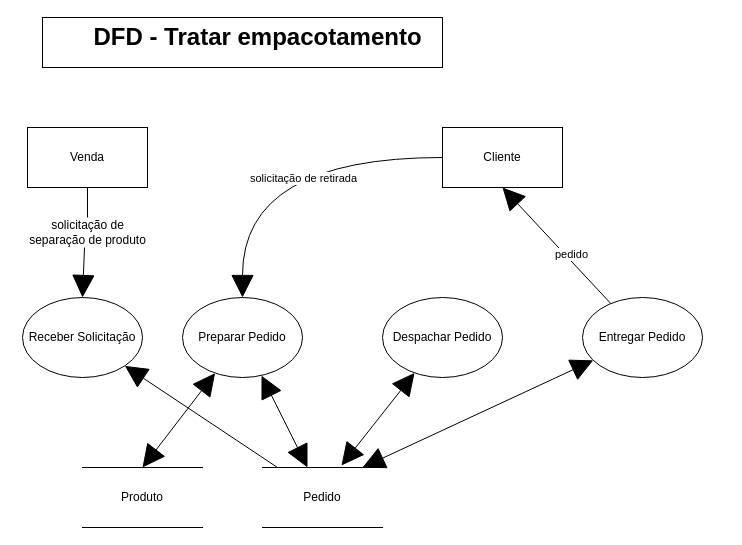
Systematicos/FindingApp keeps this draw.io diagram as Documentation/Arquivos Editaveis/DFD Tratar Empacotamento.drawio. Above is the earlier version. Source tidied: cells renumbered, new cells numbered last; positions are measured from the earlier drawing's top-left corner, leaving out a move shared by most shapes. Both pictures are drawn from the tidied source at 100%, with x=0, y=0 at pixel (22, 17).
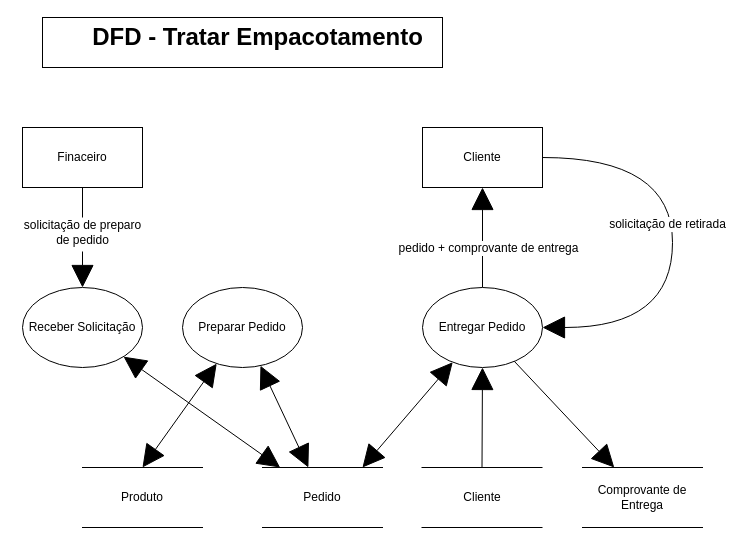
The same page after the edit.

The change refers to these unchanged cells:
```xml
<mxCell id="6" value="Pedido" style="shape=partialRectangle;whiteSpace=wrap;html=1;left=0;right=0;fillColor=none;" parent="1" vertex="1">
  <mxGeometry x="240" y="450" width="120" height="60" as="geometry" />
</mxCell>
<mxCell id="9" style="edgeStyle=none;rounded=0;jettySize=auto;html=1;entryX=0.5;entryY=1;entryDx=0;entryDy=0;startArrow=none;startFill=0;startSize=20;endArrow=block;endFill=1;endSize=20;strokeColor=#000000;" parent="1" edge="1" source="12" target="15">
  <mxGeometry relative="1" as="geometry" />
</mxCell>
```

What changed in the source:
```diff
@@
     <mxCell id="4" value="Preparar Pedido" style="ellipse;whiteSpace=wrap;html=1;" parent="1" vertex="1">
-      <mxGeometry x="160" y="280" width="120" height="80" as="geometry" />
+      <mxGeometry x="160" y="270" width="120" height="80" as="geometry" />
     </mxCell>
@@
-    <mxCell id="7" style="rounded=0;jettySize=auto;html=1;entryX=0.658;entryY=-0.033;entryDx=0;entryDy=0;entryPerimeter=0;startArrow=block;startFill=1;startSize=20;endArrow=block;endFill=1;endSize=20;strokeColor=#000000;" parent="1" edge="1" source="8" target="6">
-      <mxGeometry relative="1" as="geometry" />
-    </mxCell>
-    <mxCell id="8" value="Despachar Pedido" style="ellipse;whiteSpace=wrap;html=1;" parent="1" vertex="1">
-      <mxGeometry x="360" y="280" width="120" height="80" as="geometry" />
-    </mxCell>
@@
-    <mxCell id="10" value="pedido" style="edgeLabel;html=1;align=center;verticalAlign=middle;" parent="9" vertex="1">
+    <mxCell id="10" value="&lt;font style=&quot;font-size: 12px&quot;&gt;pedido + comprovante de entrega&lt;/font&gt;" style="edgeLabel;html=1;align=center;verticalAlign=middle;" parent="9" vertex="1">
       <mxGeometry x="-0.2" y="-5" relative="1" as="geometry" />
     </mxCell>
@@
     <mxCell id="12" value="Entregar Pedido" style="ellipse;whiteSpace=wrap;html=1;" parent="1" vertex="1">
-      <mxGeometry x="560" y="280" width="120" height="80" as="geometry" />
+      <mxGeometry x="400" y="270" width="120" height="80" as="geometry" />
     </mxCell>
-    <mxCell id="13" style="edgeStyle=orthogonalEdgeStyle;rounded=0;jettySize=auto;html=1;exitX=0;exitY=0.5;exitDx=0;exitDy=0;startArrow=none;startFill=0;startSize=20;endArrow=block;endFill=1;endSize=20;curved=1;" parent="1" edge="1" source="15" target="4">
-      <mxGeometry relative="1" as="geometry" />
-    </mxCell>
+    <mxCell id="24" style="edgeStyle=orthogonalEdgeStyle;rounded=0;jettySize=auto;html=1;entryX=1;entryY=0.5;entryDx=0;entryDy=0;curved=1;endArrow=block;endFill=1;endSize=20;" parent="1" edge="1" source="15" target="12">
+      <mxGeometry relative="1" as="geometry">
+        <Array as="points">
+          <mxPoint x="650" y="140" />
+          <mxPoint x="650" y="310" />
+        </Array>
+      </mxGeometry>
+    </mxCell>
-    <mxCell id="14" value="solicitação de retirada" style="edgeLabel;html=1;align=center;verticalAlign=middle;" parent="13" vertex="1">
-      <mxGeometry x="-0.33" y="14" relative="1" as="geometry">
-        <mxPoint x="-26" y="6" as="offset" />
-      </mxGeometry>
+    <mxCell id="14" value="&lt;span style=&quot;font-size: 12px&quot;&gt;solicitação de retirada&lt;/span&gt;" style="edgeLabel;html=1;align=center;verticalAlign=middle;" parent="24" vertex="1">
+      <mxGeometry x="-0.09" y="-6" relative="1" as="geometry" />
     </mxCell>
     <mxCell id="15" value="Cliente" style="rounded=0;whiteSpace=wrap;html=1;" parent="1" vertex="1">
-      <mxGeometry x="420" y="110" width="120" height="60" as="geometry" />
+      <mxGeometry x="400" y="110" width="120" height="60" as="geometry" />
     </mxCell>
@@
-    <mxCell id="17" value="Venda" style="rounded=0;whiteSpace=wrap;html=1;" parent="1" vertex="1">
-      <mxGeometry x="5" y="110" width="120" height="60" as="geometry" />
+    <mxCell id="17" value="Finaceiro" style="rounded=0;whiteSpace=wrap;html=1;" parent="1" vertex="1">
+      <mxGeometry y="110" width="120" height="60" as="geometry" />
     </mxCell>
-    <mxCell id="18" value="solicitação de &lt;br&gt;separação de produto" style="text;html=1;align=center;verticalAlign=middle;points=[];" parent="1" vertex="1">
-      <mxGeometry y="200" width="130" height="30" as="geometry" />
+    <mxCell id="18" value="&lt;div&gt;solicitação de preparo&lt;/div&gt;&lt;div&gt;de pedido&lt;/div&gt;" style="text;html=1;align=center;verticalAlign=middle;points=[];" parent="1" vertex="1">
+      <mxGeometry x="-5" y="200" width="130" height="30" as="geometry" />
     </mxCell>
@@
-    <mxCell id="20" value="DFD - Tratar empacotamento" style="text;strokeColor=none;fillColor=none;html=1;fontSize=24;fontStyle=1;verticalAlign=middle;align=center;" parent="1" vertex="1">
+    <mxCell id="20" value="DFD - Tratar Empacotamento" style="text;strokeColor=none;fillColor=none;html=1;fontSize=24;fontStyle=1;verticalAlign=middle;align=center;" parent="1" vertex="1">
       <mxGeometry x="20" width="430" height="40" as="geometry" />
     </mxCell>
-    <mxCell id="21" style="rounded=0;jettySize=auto;html=1;startArrow=block;startFill=1;endArrow=none;endFill=0;endSize=20;startSize=20;" parent="1" edge="1" source="23" target="6">
+    <mxCell id="21" style="rounded=0;jettySize=auto;html=1;startArrow=block;startFill=1;endArrow=block;endFill=1;endSize=20;startSize=20;" parent="1" edge="1" source="23" target="6">
       <mxGeometry relative="1" as="geometry" />
     </mxCell>
-    <mxCell id="22" style="rounded=0;jettySize=auto;html=1;exitX=0.5;exitY=0;exitDx=0;exitDy=0;entryX=0.477;entryY=1;entryDx=0;entryDy=0;entryPerimeter=0;startArrow=block;startFill=1;startSize=20;endArrow=none;endFill=0;endSize=20;" parent="1" edge="1" source="23" target="18">
-      <mxGeometry relative="1" as="geometry" />
+    <mxCell id="22" style="rounded=0;jettySize=auto;html=1;exitX=0.5;exitY=0;exitDx=0;exitDy=0;startArrow=block;startFill=1;startSize=20;endArrow=none;endFill=0;endSize=20;" parent="1" edge="1" source="23">
+      <mxGeometry relative="1" as="geometry">
+        <mxPoint x="60" y="234" as="targetPoint" />
+      </mxGeometry>
     </mxCell>
     <mxCell id="23" value="Receber Solicitação" style="ellipse;whiteSpace=wrap;html=1;" parent="1" vertex="1">
-      <mxGeometry y="280" width="120" height="80" as="geometry" />
+      <mxGeometry y="270" width="120" height="80" as="geometry" />
     </mxCell>
+    <mxCell id="25" style="rounded=0;jettySize=auto;html=1;exitX=0.5;exitY=0;exitDx=0;exitDy=0;endSize=20;startSize=20;endArrow=block;endFill=1;" parent="1" edge="1" source="26" target="12">
+      <mxGeometry relative="1" as="geometry" />
+    </mxCell>
+    <mxCell id="26" value="Cliente" style="shape=partialRectangle;whiteSpace=wrap;html=1;left=0;right=0;fillColor=none;" parent="1" vertex="1">
+      <mxGeometry x="399.5" y="450" width="120" height="60" as="geometry" />
+    </mxCell>
+    <mxCell id="27" style="edgeStyle=none;rounded=0;jettySize=auto;html=1;endArrow=none;endFill=0;startSize=20;endSize=20;startArrow=block;startFill=1;" parent="1" edge="1" source="28" target="12">
+      <mxGeometry relative="1" as="geometry" />
+    </mxCell>
+    <mxCell id="28" value="Comprovante de Entrega" style="shape=partialRectangle;whiteSpace=wrap;html=1;left=0;right=0;fillColor=none;" parent="1" vertex="1">
+      <mxGeometry x="560" y="450" width="120" height="60" as="geometry" />
+    </mxCell>
```
